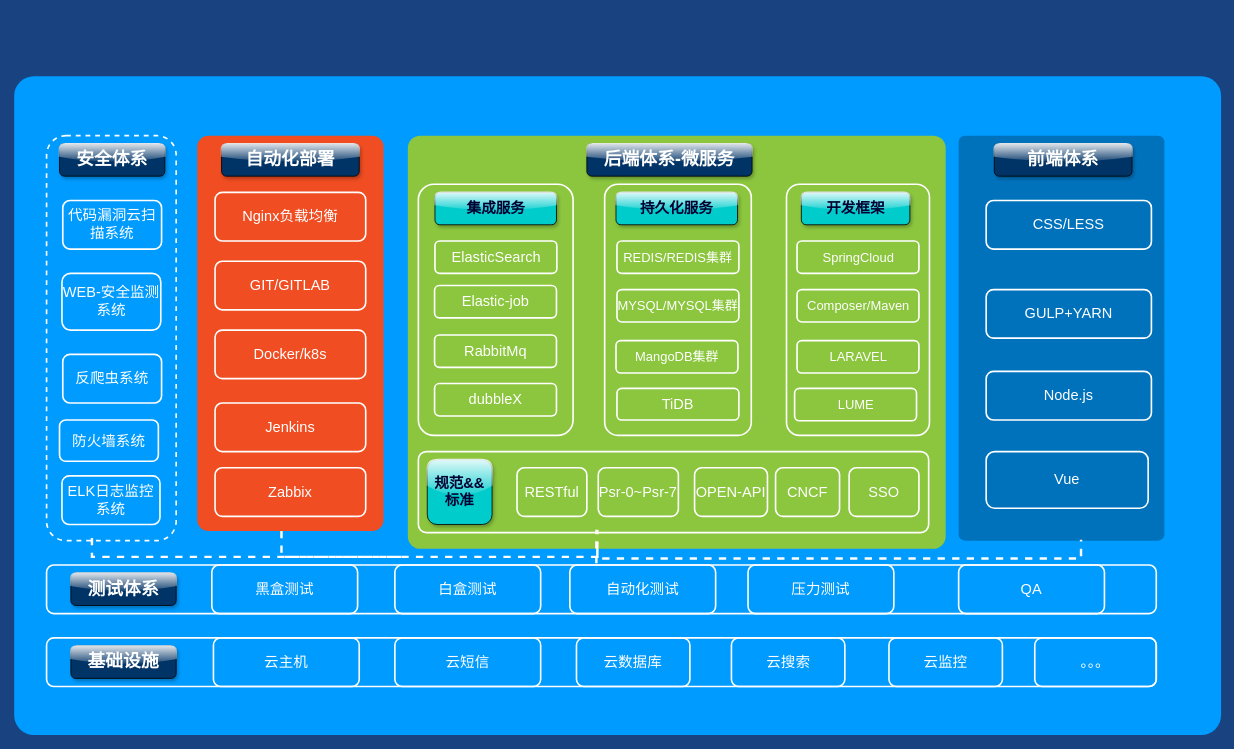
yijiangwen/dew keeps this draw.io diagram as page "交易--技术架构" (2 of 2) of Untitled Diagram.drawio. Above is the earlier version. Source tidied: cells renumbered, new cells numbered last; positions are measured from the earlier drawing's top-left corner, leaving out a move shared by most shapes. Both pictures are drawn from the tidied source at 81%, with x=0, y=0 at pixel (14, 75).
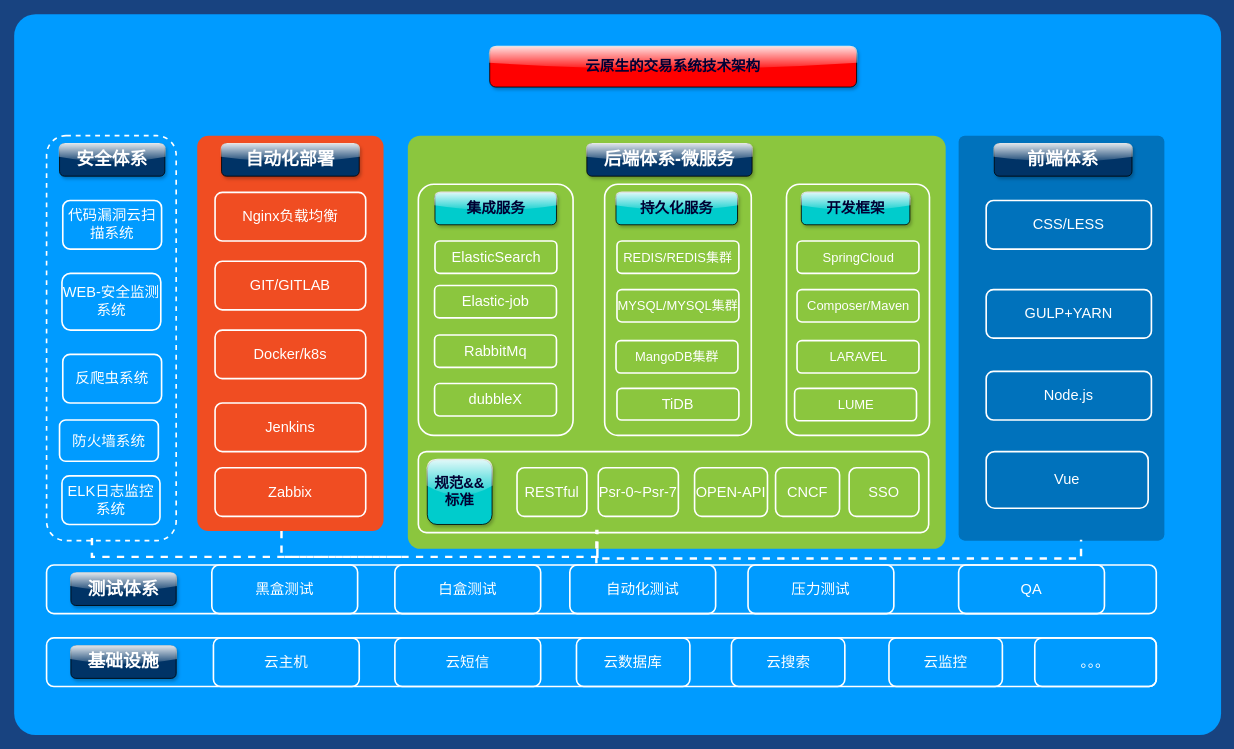
Above is the later version.

Diff of the diagram source:
```diff
@@
     <mxCell id="2" style="whiteSpace=wrap;html=1;rounded=1;shadow=0;strokeColor=none;strokeWidth=2;fillColor=#009BFF;fontSize=20;fontColor=#FFFFFF;align=center;arcSize=3;verticalAlign=top;spacingTop=4;" parent="1" vertex="1">
-      <mxGeometry y="0.5" width="1490" height="813.5" as="geometry" />
+      <mxGeometry y="-76" width="1490" height="890" as="geometry" />
     </mxCell>
@@
+    <mxCell id="69" value="云原生的交易系统技术架构" style="rounded=1;whiteSpace=wrap;html=1;align=center;shadow=1;sketch=0;glass=1;fontStyle=1;fontSize=18;labelBorderColor=none;fontColor=#000033;fillColor=#FF0000;" parent="1" vertex="1">
+      <mxGeometry x="587.1" y="-36" width="452.9" height="50" as="geometry" />
+    </mxCell>
```
